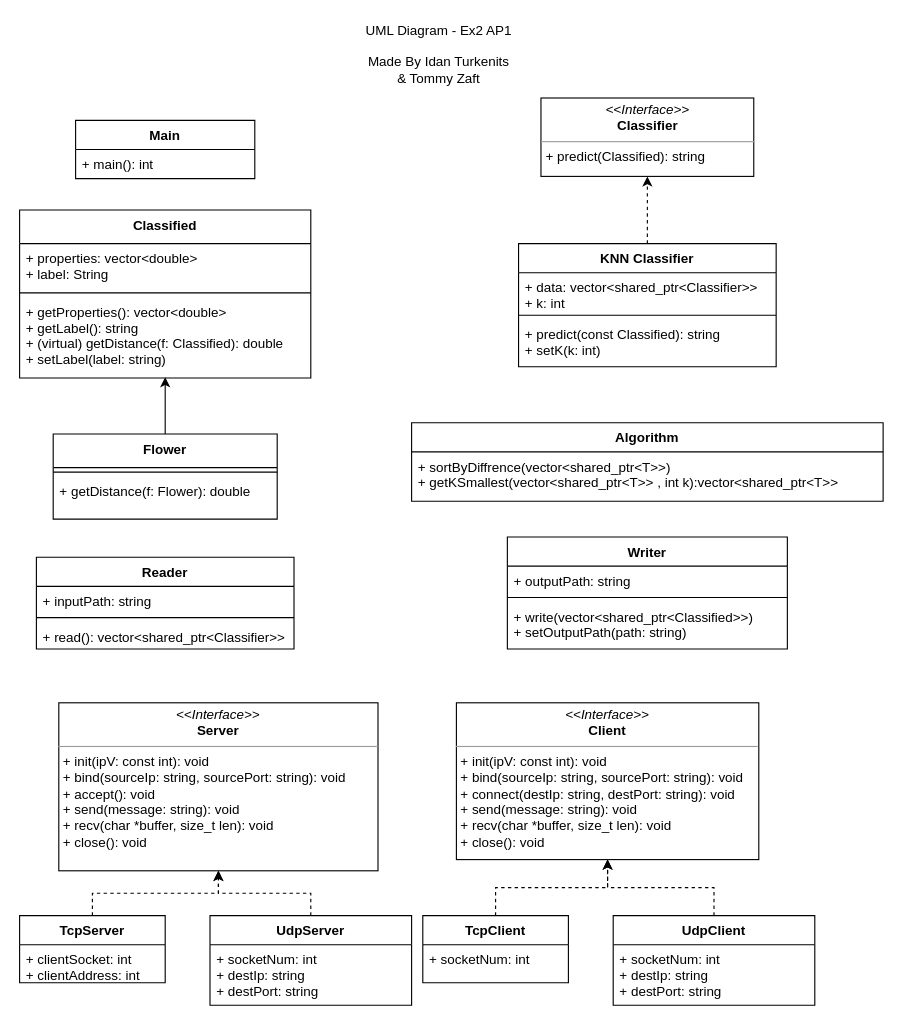
Tom-stack3/AP1-ex3 keeps this draw.io diagram as uml.drawio. Above is the earlier version. Source tidied: cells renumbered, new cells numbered last; positions are measured from the earlier drawing's top-left corner, leaving out a move shared by most shapes. Both pictures are drawn from the tidied source at 112%, with x=0, y=0 at pixel (19, 19).
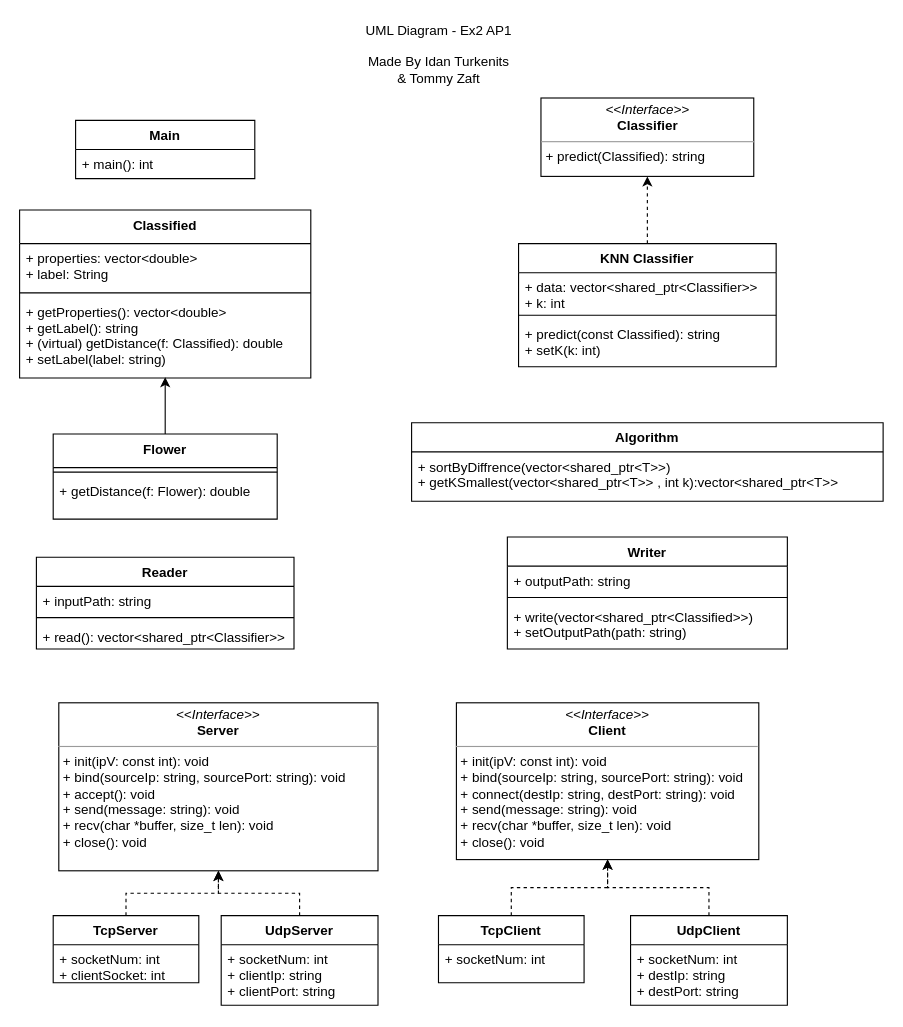
After the change.

Diff of the diagram source:
```diff
@@
     <mxCell id="33" value="TcpClient" style="swimlane;fontStyle=1;align=center;verticalAlign=top;horizontal=1;startSize=26;" parent="1" vertex="1">
-      <mxGeometry x="360" y="800" width="130" height="60" as="geometry" />
+      <mxGeometry x="374" y="800" width="130" height="60" as="geometry" />
     </mxCell>
@@
     <mxCell id="36" value="UdpClient" style="swimlane;fontStyle=1;align=center;verticalAlign=top;horizontal=1;startSize=26;" parent="1" vertex="1">
-      <mxGeometry x="530" y="800" width="180" height="80" as="geometry" />
+      <mxGeometry x="545.5" y="800" width="140" height="80" as="geometry" />
     </mxCell>
     <mxCell id="37" value="+ socketNum: int&#10;+ destIp: string&#10;+ destPort: string" style="text;strokeColor=none;fillColor=none;align=left;verticalAlign=top;spacingLeft=4;spacingRight=4;overflow=hidden;" parent="36" vertex="1">
-      <mxGeometry y="26" width="180" height="54" as="geometry" />
+      <mxGeometry y="26" width="140" height="54" as="geometry" />
     </mxCell>
@@
     <mxCell id="39" value="TcpServer" style="swimlane;fontStyle=1;align=center;verticalAlign=top;horizontal=1;startSize=26;" parent="1" vertex="1">
-      <mxGeometry y="800" width="130" height="60" as="geometry" />
+      <mxGeometry x="30" y="800" width="130" height="60" as="geometry" />
     </mxCell>
-    <mxCell id="40" value="+ clientSocket: int&#10;+ clientAddress: int" style="text;strokeColor=none;fillColor=none;align=left;verticalAlign=top;spacingLeft=4;spacingRight=4;overflow=hidden;" parent="39" vertex="1">
+    <mxCell id="40" value="+ socketNum: int&#10;+ clientSocket: int" style="text;strokeColor=none;fillColor=none;align=left;verticalAlign=top;spacingLeft=4;spacingRight=4;overflow=hidden;" parent="39" vertex="1">
       <mxGeometry y="26" width="130" height="34" as="geometry" />
     </mxCell>
@@
     <mxCell id="42" value="UdpServer" style="swimlane;fontStyle=1;align=center;verticalAlign=top;horizontal=1;startSize=26;" parent="1" vertex="1">
-      <mxGeometry x="170" y="800" width="180" height="80" as="geometry" />
+      <mxGeometry x="180" y="800" width="140" height="80" as="geometry" />
     </mxCell>
-    <mxCell id="43" value="+ socketNum: int&#10;+ destIp: string&#10;+ destPort: string" style="text;strokeColor=none;fillColor=none;align=left;verticalAlign=top;spacingLeft=4;spacingRight=4;overflow=hidden;" parent="42" vertex="1">
-      <mxGeometry y="26" width="180" height="54" as="geometry" />
+    <mxCell id="43" value="+ socketNum: int&#10;+ clientIp: string&#10;+ clientPort: string" style="text;strokeColor=none;fillColor=none;align=left;verticalAlign=top;spacingLeft=4;spacingRight=4;overflow=hidden;" parent="42" vertex="1">
+      <mxGeometry y="26" width="140" height="54" as="geometry" />
     </mxCell>
```
